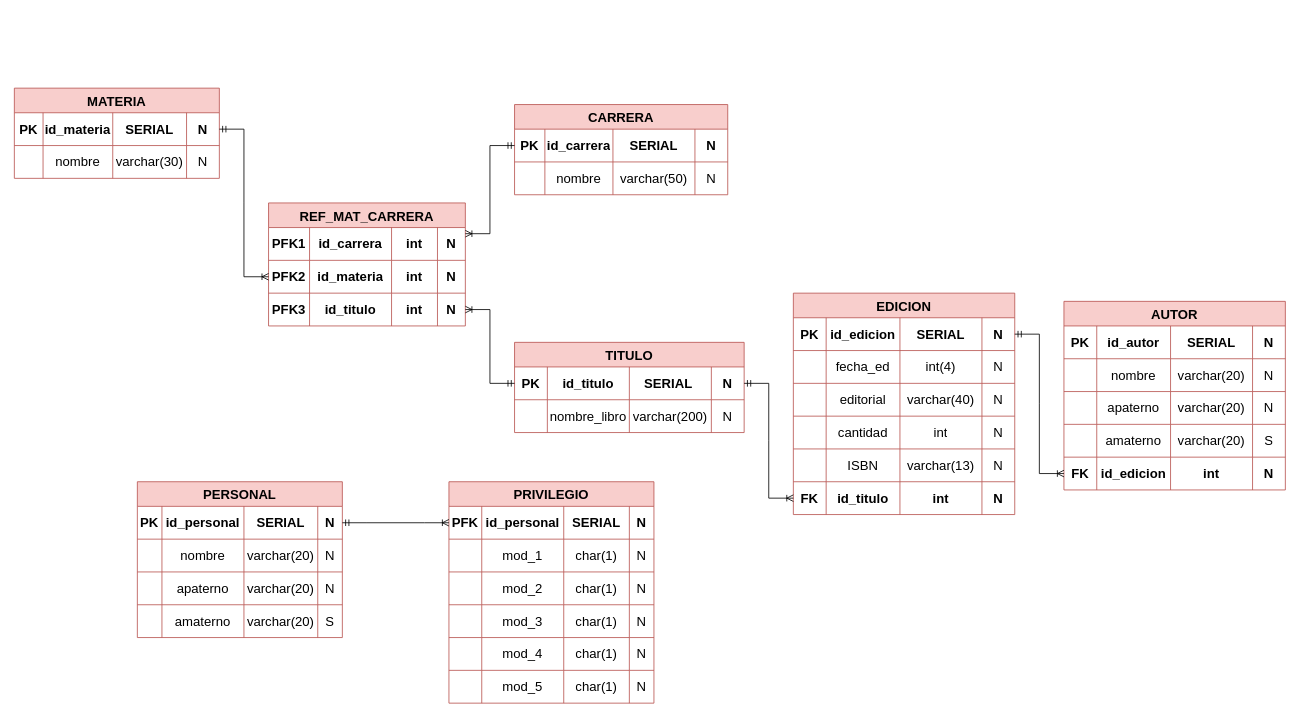
The draw.io diagram Modelo Fisico Proyecto TBD.drawio in misiomishi/itcj, before the edit. Source tidied: cells renumbered, new cells numbered last; positions are measured from the earlier drawing's top-left corner, leaving out a move shared by most shapes. Both pictures are drawn from the tidied source at 82%, with x=0, y=0 at pixel (14, 88).
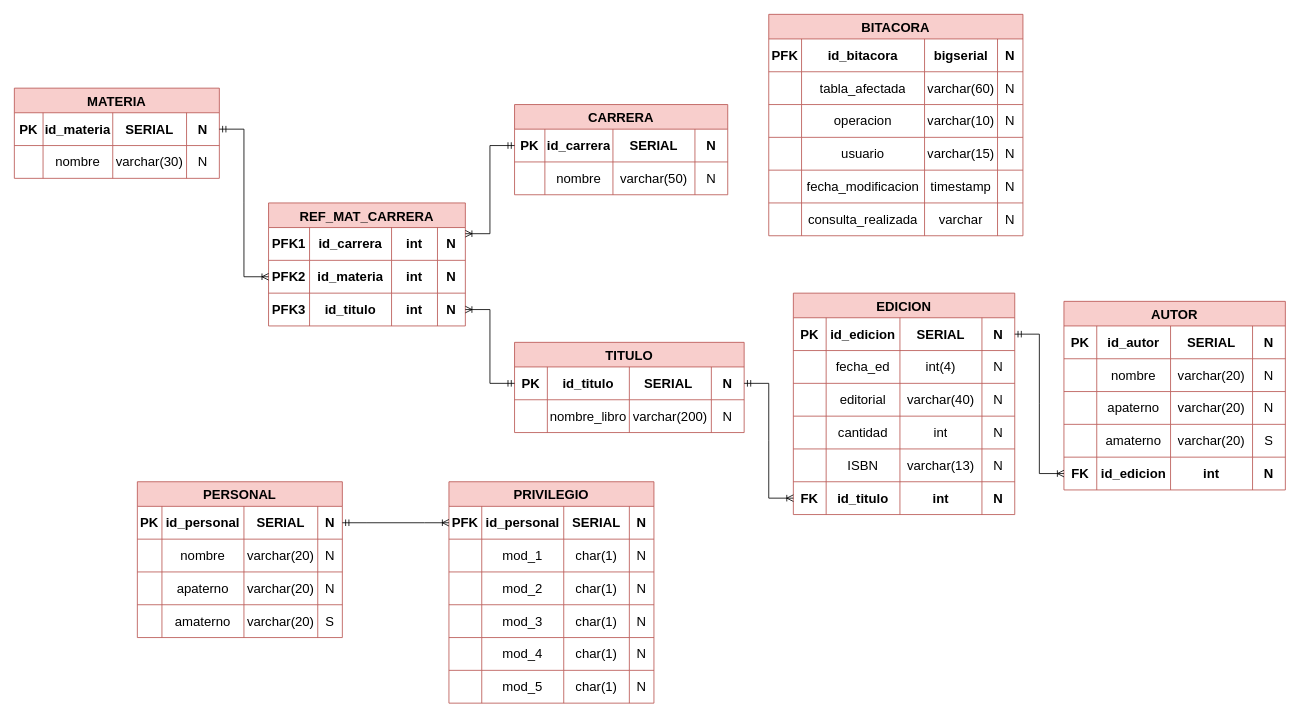
The same page after the edit.

Diff of the diagram source:
```diff
@@
+    <mxCell id="166" value="BITACORA" style="shape=table;startSize=30;childLayout=tableLayout;strokeColor=#b85450;fontSize=16;fillColor=#f8cecc;fontStyle=1;" parent="1" vertex="1">
+      <mxGeometry x="920" y="-90" width="310" height="270" as="geometry" />
+    </mxCell>
+    <mxCell id="167" style="shape=tableRow;horizontal=0;startSize=0;swimlaneHead=0;swimlaneBody=0;strokeColor=inherit;top=0;left=0;bottom=0;right=0;fillColor=none;fontSize=16;" parent="166" vertex="1">
+      <mxGeometry y="30" width="310" height="40" as="geometry" />
+    </mxCell>
+    <mxCell id="168" value="PFK" style="shape=partialRectangle;html=1;whiteSpace=wrap;strokeColor=inherit;overflow=hidden;fillColor=none;top=0;left=0;bottom=0;right=0;fontSize=16;fontStyle=1;" parent="167" vertex="1">
+      <mxGeometry width="40" height="40" as="geometry" />
+    </mxCell>
+    <mxCell id="169" value="id_bitacora" style="shape=partialRectangle;html=1;whiteSpace=wrap;strokeColor=inherit;overflow=hidden;fillColor=none;top=0;left=0;bottom=0;right=0;fontSize=16;fontStyle=1;" parent="167" vertex="1">
+      <mxGeometry x="40" width="150" height="40" as="geometry" />
+    </mxCell>
+    <mxCell id="170" value="bigserial" style="shape=partialRectangle;html=1;whiteSpace=wrap;strokeColor=inherit;overflow=hidden;fillColor=none;top=0;left=0;bottom=0;right=0;fontSize=16;fontStyle=1;" parent="167" vertex="1">
+      <mxGeometry x="190" width="89" height="40" as="geometry" />
+    </mxCell>
+    <mxCell id="171" value="N" style="shape=partialRectangle;html=1;whiteSpace=wrap;strokeColor=inherit;overflow=hidden;fillColor=none;top=0;left=0;bottom=0;right=0;fontSize=16;fontStyle=1;" parent="167" vertex="1">
+      <mxGeometry x="279" width="31" height="40" as="geometry" />
+    </mxCell>
+    <mxCell id="172" style="shape=tableRow;horizontal=0;startSize=0;swimlaneHead=0;swimlaneBody=0;strokeColor=inherit;top=0;left=0;bottom=0;right=0;fillColor=none;fontSize=16;" parent="166" vertex="1">
+      <mxGeometry y="70" width="310" height="40" as="geometry" />
+    </mxCell>
+    <mxCell id="173" style="shape=partialRectangle;html=1;whiteSpace=wrap;strokeColor=inherit;overflow=hidden;fillColor=none;top=0;left=0;bottom=0;right=0;fontSize=16;" parent="172" vertex="1">
+      <mxGeometry width="40" height="40" as="geometry" />
+    </mxCell>
+    <mxCell id="174" value="tabla_afectada" style="shape=partialRectangle;html=1;whiteSpace=wrap;strokeColor=inherit;overflow=hidden;fillColor=none;top=0;left=0;bottom=0;right=0;fontSize=16;" parent="172" vertex="1">
+      <mxGeometry x="40" width="150" height="40" as="geometry" />
+    </mxCell>
+    <mxCell id="175" value="varchar(60)" style="shape=partialRectangle;html=1;whiteSpace=wrap;strokeColor=inherit;overflow=hidden;fillColor=none;top=0;left=0;bottom=0;right=0;fontSize=16;" parent="172" vertex="1">
+      <mxGeometry x="190" width="89" height="40" as="geometry" />
+    </mxCell>
+    <mxCell id="176" value="N" style="shape=partialRectangle;html=1;whiteSpace=wrap;strokeColor=inherit;overflow=hidden;fillColor=none;top=0;left=0;bottom=0;right=0;fontSize=16;" parent="172" vertex="1">
+      <mxGeometry x="279" width="31" height="40" as="geometry" />
+    </mxCell>
+    <mxCell id="177" style="shape=tableRow;horizontal=0;startSize=0;swimlaneHead=0;swimlaneBody=0;strokeColor=inherit;top=0;left=0;bottom=0;right=0;fillColor=none;fontSize=16;" parent="166" vertex="1">
+      <mxGeometry y="110" width="310" height="40" as="geometry" />
+    </mxCell>
+    <mxCell id="178" style="shape=partialRectangle;html=1;whiteSpace=wrap;strokeColor=inherit;overflow=hidden;fillColor=none;top=0;left=0;bottom=0;right=0;fontSize=16;" parent="177" vertex="1">
+      <mxGeometry width="40" height="40" as="geometry" />
+    </mxCell>
+    <mxCell id="179" value="operacion" style="shape=partialRectangle;html=1;whiteSpace=wrap;strokeColor=inherit;overflow=hidden;fillColor=none;top=0;left=0;bottom=0;right=0;fontSize=16;" parent="177" vertex="1">
+      <mxGeometry x="40" width="150" height="40" as="geometry" />
+    </mxCell>
+    <mxCell id="180" value="varchar(10)" style="shape=partialRectangle;html=1;whiteSpace=wrap;strokeColor=inherit;overflow=hidden;fillColor=none;top=0;left=0;bottom=0;right=0;fontSize=16;" parent="177" vertex="1">
+      <mxGeometry x="190" width="89" height="40" as="geometry" />
+    </mxCell>
+    <mxCell id="181" value="N" style="shape=partialRectangle;html=1;whiteSpace=wrap;strokeColor=inherit;overflow=hidden;fillColor=none;top=0;left=0;bottom=0;right=0;fontSize=16;" parent="177" vertex="1">
+      <mxGeometry x="279" width="31" height="40" as="geometry" />
+    </mxCell>
+    <mxCell id="182" style="shape=tableRow;horizontal=0;startSize=0;swimlaneHead=0;swimlaneBody=0;strokeColor=inherit;top=0;left=0;bottom=0;right=0;fillColor=none;fontSize=16;" parent="166" vertex="1">
+      <mxGeometry y="150" width="310" height="40" as="geometry" />
+    </mxCell>
+    <mxCell id="183" style="shape=partialRectangle;html=1;whiteSpace=wrap;strokeColor=inherit;overflow=hidden;fillColor=none;top=0;left=0;bottom=0;right=0;fontSize=16;" parent="182" vertex="1">
+      <mxGeometry width="40" height="40" as="geometry" />
+    </mxCell>
+    <mxCell id="184" value="usuario" style="shape=partialRectangle;html=1;whiteSpace=wrap;strokeColor=inherit;overflow=hidden;fillColor=none;top=0;left=0;bottom=0;right=0;fontSize=16;" parent="182" vertex="1">
+      <mxGeometry x="40" width="150" height="40" as="geometry" />
+    </mxCell>
+    <mxCell id="185" value="varchar(15)" style="shape=partialRectangle;html=1;whiteSpace=wrap;strokeColor=inherit;overflow=hidden;fillColor=none;top=0;left=0;bottom=0;right=0;fontSize=16;" parent="182" vertex="1">
+      <mxGeometry x="190" width="89" height="40" as="geometry" />
+    </mxCell>
+    <mxCell id="186" value="N" style="shape=partialRectangle;html=1;whiteSpace=wrap;strokeColor=inherit;overflow=hidden;fillColor=none;top=0;left=0;bottom=0;right=0;fontSize=16;" parent="182" vertex="1">
+      <mxGeometry x="279" width="31" height="40" as="geometry" />
+    </mxCell>
+    <mxCell id="187" style="shape=tableRow;horizontal=0;startSize=0;swimlaneHead=0;swimlaneBody=0;strokeColor=inherit;top=0;left=0;bottom=0;right=0;fillColor=none;fontSize=16;" parent="166" vertex="1">
+      <mxGeometry y="190" width="310" height="40" as="geometry" />
+    </mxCell>
+    <mxCell id="188" style="shape=partialRectangle;html=1;whiteSpace=wrap;strokeColor=inherit;overflow=hidden;fillColor=none;top=0;left=0;bottom=0;right=0;fontSize=16;" parent="187" vertex="1">
+      <mxGeometry width="40" height="40" as="geometry" />
+    </mxCell>
+    <mxCell id="189" value="fecha_modificacion" style="shape=partialRectangle;html=1;whiteSpace=wrap;strokeColor=inherit;overflow=hidden;fillColor=none;top=0;left=0;bottom=0;right=0;fontSize=16;" parent="187" vertex="1">
+      <mxGeometry x="40" width="150" height="40" as="geometry" />
+    </mxCell>
+    <mxCell id="190" value="timestamp" style="shape=partialRectangle;html=1;whiteSpace=wrap;strokeColor=inherit;overflow=hidden;fillColor=none;top=0;left=0;bottom=0;right=0;fontSize=16;" parent="187" vertex="1">
+      <mxGeometry x="190" width="89" height="40" as="geometry" />
+    </mxCell>
+    <mxCell id="191" value="N" style="shape=partialRectangle;html=1;whiteSpace=wrap;strokeColor=inherit;overflow=hidden;fillColor=none;top=0;left=0;bottom=0;right=0;fontSize=16;" parent="187" vertex="1">
+      <mxGeometry x="279" width="31" height="40" as="geometry" />
+    </mxCell>
+    <mxCell id="192" style="shape=tableRow;horizontal=0;startSize=0;swimlaneHead=0;swimlaneBody=0;strokeColor=inherit;top=0;left=0;bottom=0;right=0;fillColor=none;fontSize=16;" parent="166" vertex="1">
+      <mxGeometry y="230" width="310" height="40" as="geometry" />
+    </mxCell>
+    <mxCell id="193" style="shape=partialRectangle;html=1;whiteSpace=wrap;strokeColor=inherit;overflow=hidden;fillColor=none;top=0;left=0;bottom=0;right=0;fontSize=16;" parent="192" vertex="1">
+      <mxGeometry width="40" height="40" as="geometry" />
+    </mxCell>
+    <mxCell id="194" value="consulta_realizada" style="shape=partialRectangle;html=1;whiteSpace=wrap;strokeColor=inherit;overflow=hidden;fillColor=none;top=0;left=0;bottom=0;right=0;fontSize=16;" parent="192" vertex="1">
+      <mxGeometry x="40" width="150" height="40" as="geometry" />
+    </mxCell>
+    <mxCell id="195" value="varchar" style="shape=partialRectangle;html=1;whiteSpace=wrap;strokeColor=inherit;overflow=hidden;fillColor=none;top=0;left=0;bottom=0;right=0;fontSize=16;" parent="192" vertex="1">
+      <mxGeometry x="190" width="89" height="40" as="geometry" />
+    </mxCell>
+    <mxCell id="196" value="N" style="shape=partialRectangle;html=1;whiteSpace=wrap;strokeColor=inherit;overflow=hidden;fillColor=none;top=0;left=0;bottom=0;right=0;fontSize=16;" parent="192" vertex="1">
+      <mxGeometry x="279" width="31" height="40" as="geometry" />
+    </mxCell>
```
